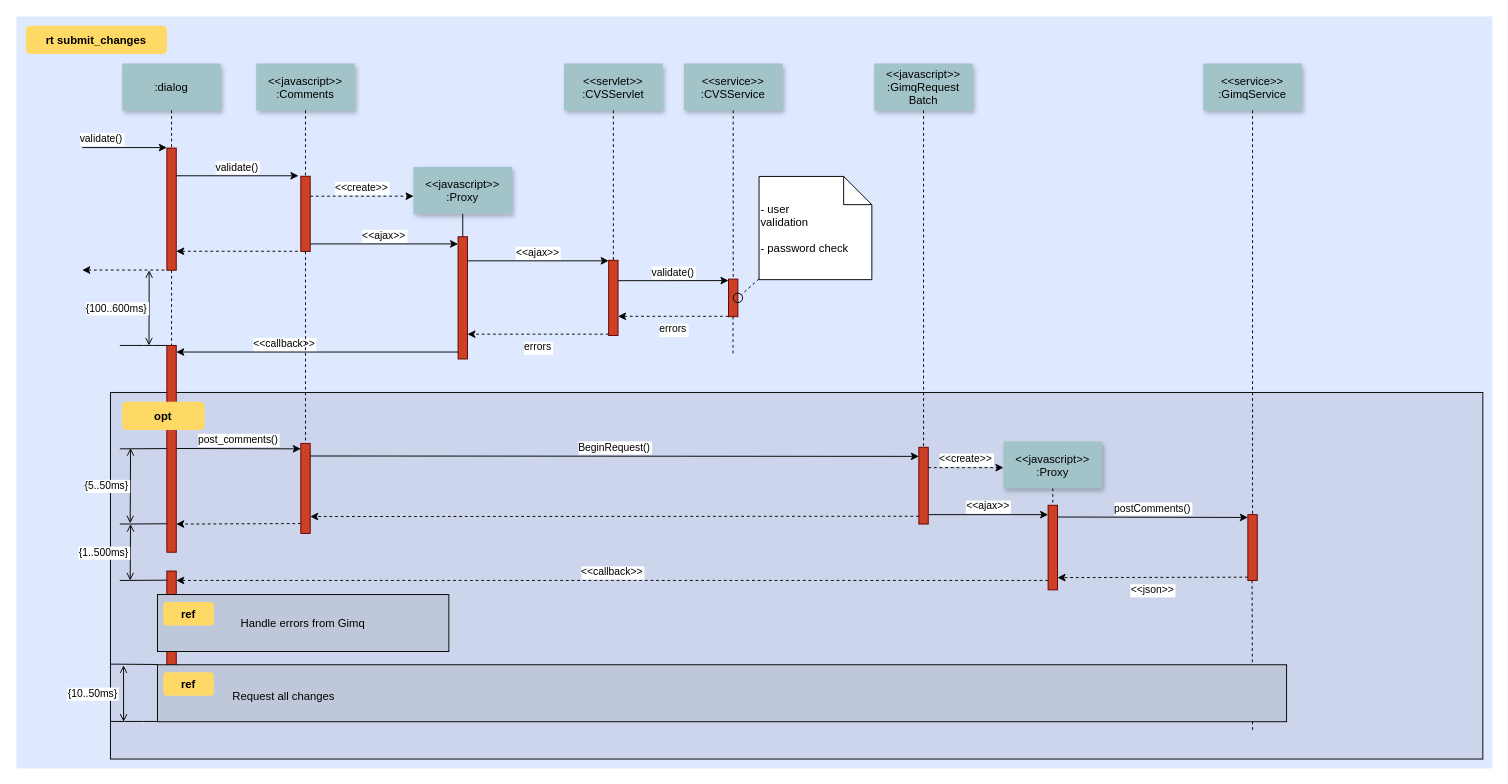
Before: 未命名绘图.drawio in lsdt45/hello-world, a draw.io diagram. Source tidied: cells renumbered, new cells numbered last; positions are measured from the earlier drawing's top-left corner, leaving out a move shared by most shapes. Both pictures are drawn from the tidied source at 94%, with x=0, y=0 at pixel (16, 16).
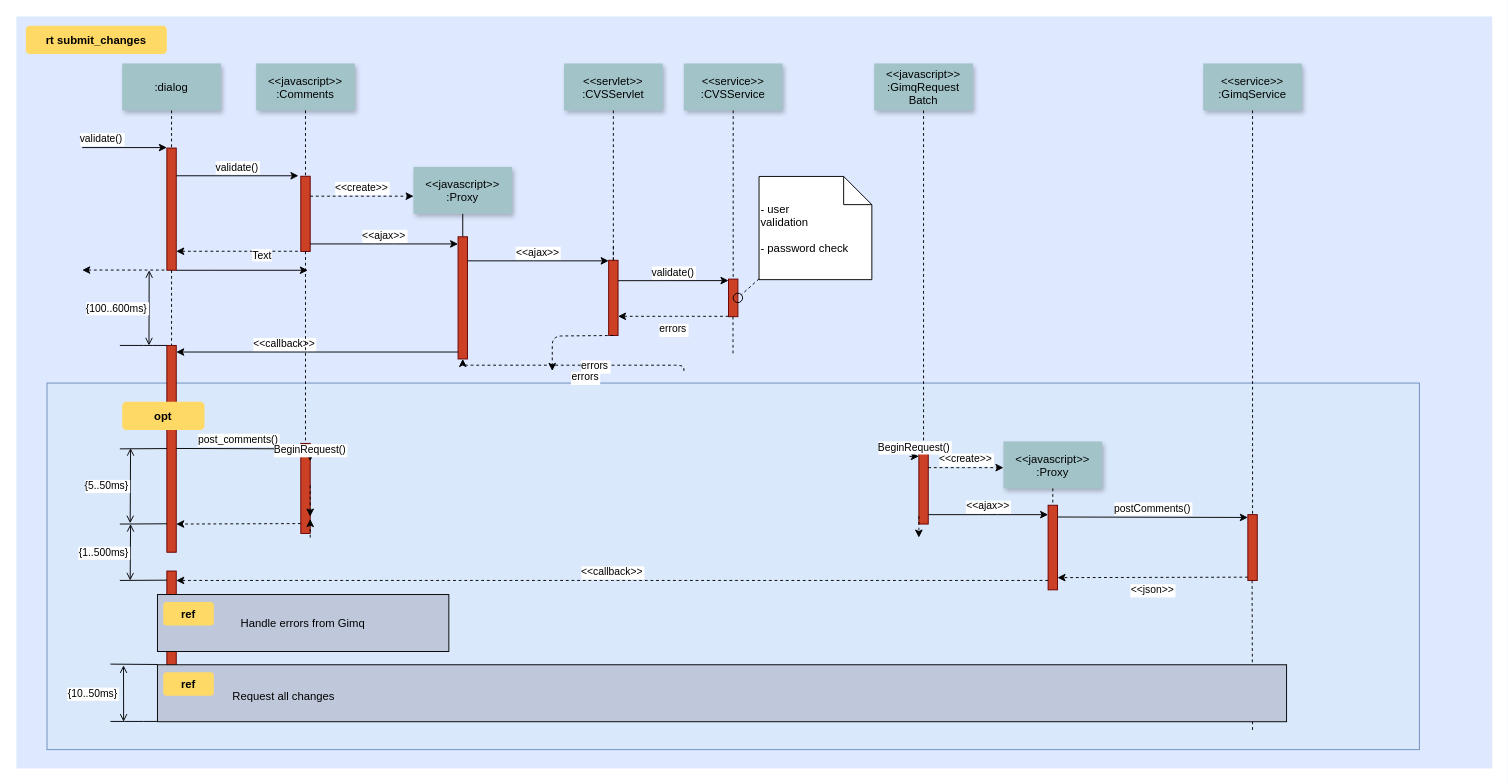
Above is the later version.

Commit message:
更新未命名绘图.drawio

The change refers to these unchanged cells:
```xml
<mxCell id="5" style="fillColor=#CC4125;strokeColor=#660000;" parent="1" vertex="1">
  <mxGeometry x="160" y="140" width="10" height="130" as="geometry" />
</mxCell>
<mxCell id="12" style="edgeStyle=none;verticalLabelPosition=top;verticalAlign=bottom;endArrow=none;startArrow=classic;dashed=1;" parent="1" edge="1">
  <mxGeometry x="220" y="172.3" as="geometry">
    <mxPoint x="170" y="249.8" as="sourcePoint" />
    <mxPoint x="300" y="249.8" as="targetPoint" />
  </mxGeometry>
</mxCell>
<mxCell id="17" style="fillColor=#CC4125;strokeColor=#660000;" parent="1" vertex="1">
  <mxGeometry x="469.8" y="234.4" width="10" height="130" as="geometry" />
</mxCell>
<mxCell id="19" style="fillColor=#CC4125;strokeColor=#660000;" parent="1" vertex="1">
  <mxGeometry x="630" y="259.4" width="10" height="80" as="geometry" />
</mxCell>
<mxCell id="20" value="&lt;&lt;servlet&gt;&gt;&#10;:CVSServlet" style="shadow=1;fillColor=#A2C4C9;strokeColor=none;" parent="1" vertex="1">
  <mxGeometry x="582.5" y="50" width="105" height="50" as="geometry" />
</mxCell>
```

Diff of the diagram source:
```diff
@@
-    <mxCell id="3" style="fillColor=#CCD5EB;" parent="1" vertex="1">
-      <mxGeometry x="100" y="400" width="1460" height="390" as="geometry" />
+    <mxCell id="3" style="imageAspect=1;fillColor=#dae8fc;strokeColor=#6c8ebf;sketch=0;backgroundOutline=0;movableLabel=1;verticalAlign=top;" parent="1" vertex="1">
+      <mxGeometry x="32.5" y="390" width="1460" height="390" as="geometry" />
     </mxCell>
@@
+    <mxCell id="75" style="edgeStyle=orthogonalEdgeStyle;rounded=0;jettySize=auto;html=1;" parent="1" edge="1" source="5">
+      <mxGeometry relative="1" as="geometry">
+        <mxPoint x="310" y="270" as="targetPoint" />
+        <Array as="points">
+          <mxPoint x="210" y="270" />
+          <mxPoint x="210" y="270" />
+        </Array>
+      </mxGeometry>
+    </mxCell>
@@
+    <mxCell id="76" value="Text" style="edgeLabel;html=1;align=center;verticalAlign=middle;" parent="12" vertex="1">
+      <mxGeometry relative="1" as="geometry">
+        <mxPoint x="25" y="4" as="offset" />
+      </mxGeometry>
+    </mxCell>
@@
-    <mxCell id="21" style="edgeStyle=none;endArrow=none;dashed=1;" parent="1" edge="1" source="20" target="19">
-      <mxGeometry x="614.5" y="175" as="geometry" />
+    <mxCell id="21" style="edgeStyle=none;endArrow=none;dashed=1;" parent="1" edge="1" target="19">
+      <mxGeometry x="614.5" y="175" as="geometry">
+        <mxPoint x="635" y="245" as="sourcePoint" />
+      </mxGeometry>
     </mxCell>
@@
-    <mxCell id="26" value="errors" style="edgeStyle=elbowEdgeStyle;elbow=vertical;dashed=1;verticalLabelPosition=bottom;verticalAlign=top;" parent="1" edge="1" source="19" target="17">
-      <mxGeometry x="550" y="280" as="geometry">
-        <Array as="points">
-          <mxPoint x="553" y="338" />
-        </Array>
+    <mxCell id="26" value="errors" style="edgeStyle=elbowEdgeStyle;elbow=vertical;dashed=1;verticalLabelPosition=bottom;verticalAlign=top;" parent="1" edge="1" target="17">
+      <mxGeometry as="geometry">
+        <mxPoint x="710" y="377.1" as="sourcePoint" />
+        <mxPoint x="13" as="offset" />
       </mxGeometry>
     </mxCell>
@@
     <mxCell id="45" value="BeginRequest()" style="edgeStyle=elbowEdgeStyle;elbow=vertical;verticalLabelPosition=top;verticalAlign=bottom;" parent="1" edge="1">
       <mxGeometry x="530" y="436.8" as="geometry">
-        <mxPoint x="312.5" y="467.6" as="sourcePoint" />
+        <mxPoint x="950" y="468" as="sourcePoint" />
         <mxPoint x="960" y="467.6" as="targetPoint" />
       </mxGeometry>
     </mxCell>
-    <mxCell id="46" style="edgeStyle=elbowEdgeStyle;elbow=vertical;dashed=1;verticalLabelPosition=bottom;verticalAlign=top;" parent="1" edge="1">
+    <mxCell id="46" style="edgeStyle=elbowEdgeStyle;elbow=vertical;dashed=1;verticalLabelPosition=bottom;verticalAlign=top;" parent="1" edge="1" source="3">
       <mxGeometry x="530" y="549.1" as="geometry">
-        <mxPoint x="960" y="531.7" as="sourcePoint" />
         <mxPoint x="312.5" y="531.7" as="targetPoint" />
       </mxGeometry>
     </mxCell>
@@
+    <mxCell id="77" style="edgeStyle=none;endArrow=none;dashed=1;" parent="1" edge="1" source="20">
+      <mxGeometry x="614.5" y="175" as="geometry">
+        <mxPoint x="635" y="260" as="targetPoint" />
+      </mxGeometry>
+    </mxCell>
+    <mxCell id="78" value="BeginRequest()" style="edgeStyle=elbowEdgeStyle;elbow=vertical;verticalLabelPosition=top;verticalAlign=bottom;" parent="1" edge="1">
+      <mxGeometry x="530" y="436.8" as="geometry">
+        <mxPoint x="312.5" y="467.6" as="sourcePoint" />
+        <mxPoint x="312.5" y="473.1" as="targetPoint" />
+      </mxGeometry>
+    </mxCell>
+    <mxCell id="79" value="errors" style="edgeStyle=elbowEdgeStyle;elbow=vertical;dashed=1;verticalLabelPosition=bottom;verticalAlign=top;" parent="1" edge="1" source="19">
+      <mxGeometry as="geometry">
+        <mxPoint x="570" y="377.1" as="targetPoint" />
+        <Array as="points">
+          <mxPoint x="570" y="340" />
+        </Array>
+        <mxPoint x="13" as="offset" />
+      </mxGeometry>
+    </mxCell>
+    <mxCell id="80" style="edgeStyle=elbowEdgeStyle;elbow=vertical;dashed=1;verticalLabelPosition=bottom;verticalAlign=top;" parent="1" edge="1">
+      <mxGeometry x="530" y="549.1" as="geometry">
+        <mxPoint x="960" y="531.7" as="sourcePoint" />
+        <mxPoint x="960" y="554.4" as="targetPoint" />
+      </mxGeometry>
+    </mxCell>
+    <mxCell id="81" style="edgeStyle=elbowEdgeStyle;elbow=vertical;dashed=1;verticalLabelPosition=bottom;verticalAlign=top;" parent="1" edge="1" target="3">
+      <mxGeometry x="530" y="549.1" as="geometry">
+        <mxPoint x="312.5" y="554.4" as="sourcePoint" />
+      </mxGeometry>
+    </mxCell>
```
